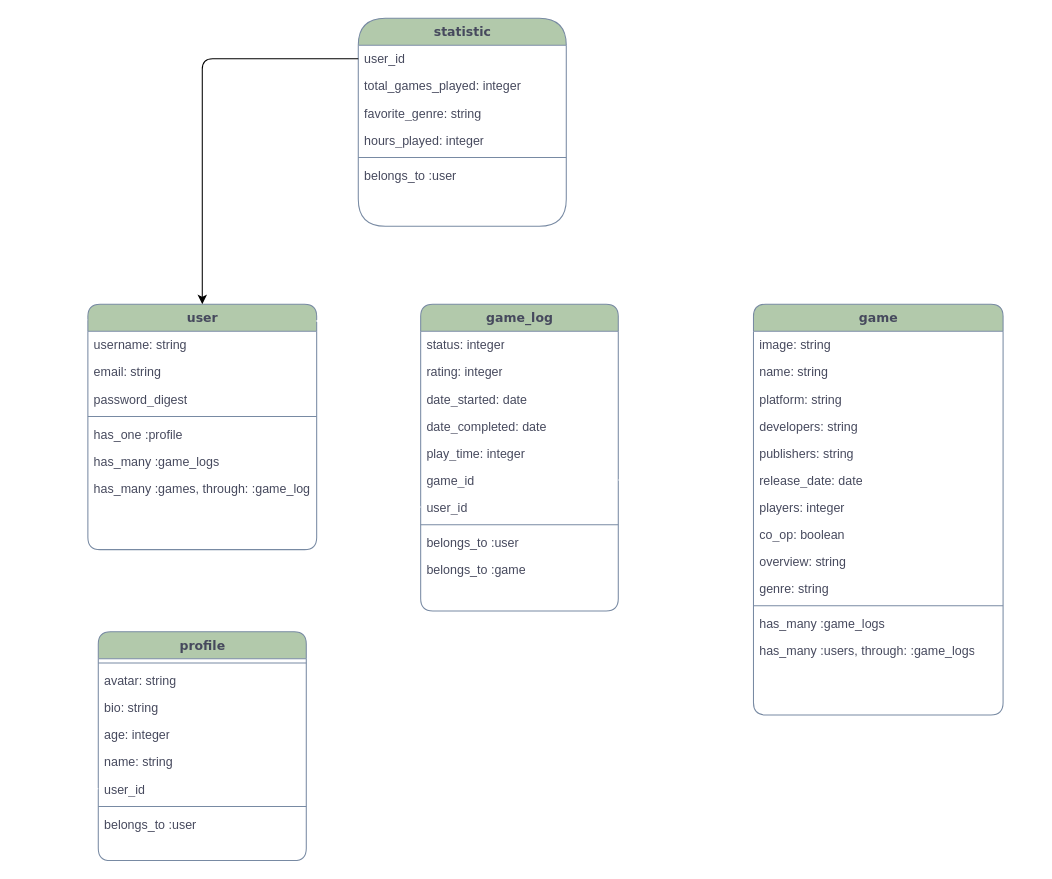
Before: ERD_gameVault.drawio in Stelluuh/GameSaga, a draw.io diagram. Source tidied: cells renumbered, new cells numbered last; positions are measured from the earlier drawing's top-left corner, leaving out a move shared by most shapes. Both pictures are drawn from the tidied source at 104%, with x=0, y=0 at pixel (25, 18).
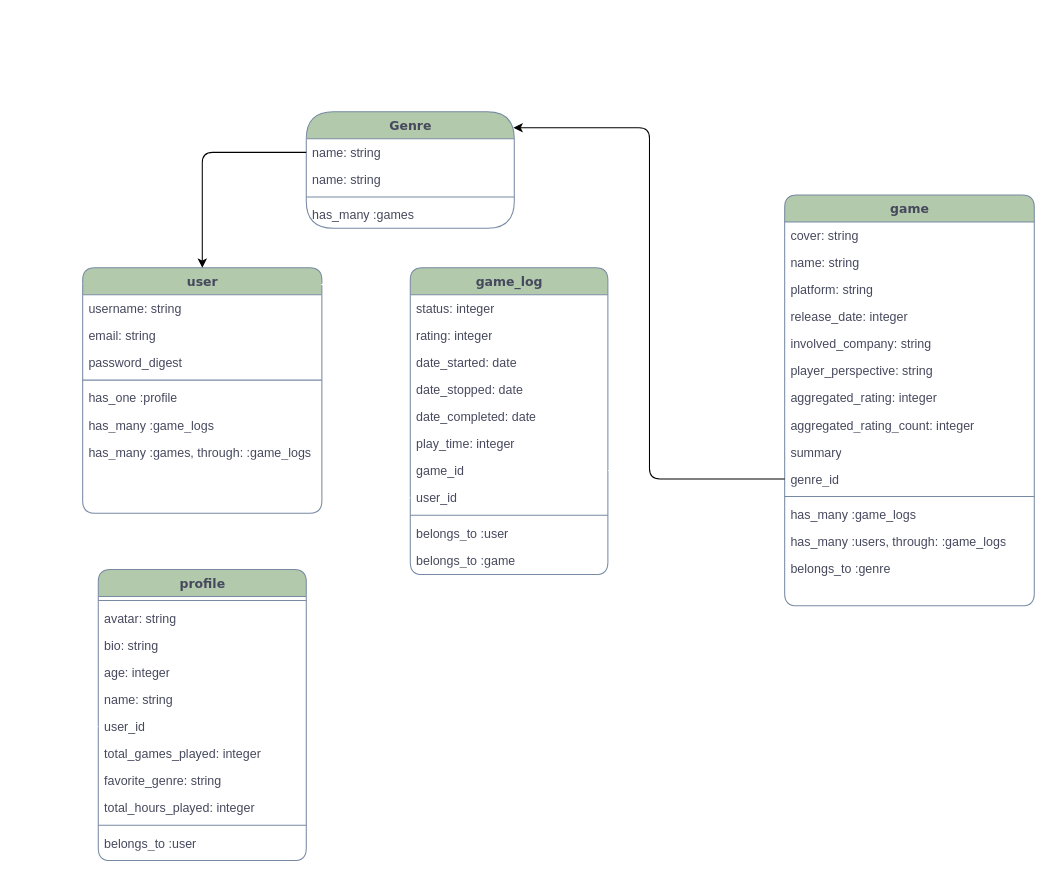
After the change.

Change to the diagram source:
```diff
@@
     <mxCell id="2" value="user" style="swimlane;html=1;fontStyle=1;align=center;verticalAlign=top;horizontal=1;startSize=26;swimlaneFillColor=#ffffff;rounded=1;shadow=0;comic=0;labelBackgroundColor=none;strokeWidth=1;fillColor=#B2C9AB;fontFamily=Verdana;fontSize=12;strokeColor=#788AA3;fontColor=#46495D;" parent="1" vertex="1">
-      <mxGeometry x="60" y="275" width="220" height="236" as="geometry" />
+      <mxGeometry x="55" y="240" width="230" height="236" as="geometry" />
     </mxCell>
     <mxCell id="3" value="username: string" style="text;html=1;strokeColor=none;fillColor=none;align=left;verticalAlign=top;spacingLeft=4;spacingRight=4;whiteSpace=wrap;overflow=hidden;fontColor=#46495D;rounded=1;labelBackgroundColor=none;" parent="2" vertex="1">
-      <mxGeometry y="26" width="220" height="26" as="geometry" />
+      <mxGeometry y="26" width="230" height="26" as="geometry" />
     </mxCell>
     <mxCell id="4" value="email: string" style="text;html=1;strokeColor=none;fillColor=none;align=left;verticalAlign=top;spacingLeft=4;spacingRight=4;whiteSpace=wrap;overflow=hidden;fontColor=#46495D;rounded=1;labelBackgroundColor=none;" parent="2" vertex="1">
-      <mxGeometry y="52" width="220" height="26" as="geometry" />
+      <mxGeometry y="52" width="230" height="26" as="geometry" />
     </mxCell>
     <mxCell id="5" value="password_digest" style="text;html=1;strokeColor=none;fillColor=none;align=left;verticalAlign=top;spacingLeft=4;spacingRight=4;whiteSpace=wrap;overflow=hidden;fontColor=#46495D;rounded=1;labelBackgroundColor=none;" parent="2" vertex="1">
-      <mxGeometry y="78" width="220" height="26" as="geometry" />
+      <mxGeometry y="78" width="230" height="26" as="geometry" />
     </mxCell>
     <mxCell id="6" style="line;html=1;strokeWidth=1;fillColor=none;align=left;verticalAlign=middle;spacingTop=-1;spacingLeft=3;spacingRight=3;labelPosition=right;fontColor=#46495D;rounded=1;labelBackgroundColor=none;strokeColor=#788AA3;" parent="2" vertex="1">
-      <mxGeometry y="104" width="220" height="8" as="geometry" />
+      <mxGeometry y="104" width="230" height="8" as="geometry" />
     </mxCell>
     <mxCell id="7" value="has_one :profile" style="text;html=1;strokeColor=none;fillColor=none;align=left;verticalAlign=top;spacingLeft=4;spacingRight=4;whiteSpace=wrap;overflow=hidden;fontColor=#46495D;rounded=1;labelBackgroundColor=none;" parent="2" vertex="1">
-      <mxGeometry y="112" width="220" height="26" as="geometry" />
+      <mxGeometry y="112" width="230" height="26" as="geometry" />
     </mxCell>
     <mxCell id="8" value="has_many :game_logs" style="text;html=1;strokeColor=none;fillColor=none;align=left;verticalAlign=top;spacingLeft=4;spacingRight=4;whiteSpace=wrap;overflow=hidden;fontColor=#46495D;rounded=1;labelBackgroundColor=none;" parent="2" vertex="1">
-      <mxGeometry y="138" width="220" height="26" as="geometry" />
+      <mxGeometry y="138" width="230" height="26" as="geometry" />
     </mxCell>
-    <mxCell id="9" value="has_many :games, through: :game_log" style="text;html=1;strokeColor=none;fillColor=none;align=left;verticalAlign=top;spacingLeft=4;spacingRight=4;whiteSpace=wrap;overflow=hidden;fontColor=#46495D;rounded=1;labelBackgroundColor=none;" parent="2" vertex="1">
-      <mxGeometry y="164" width="220" height="26" as="geometry" />
+    <mxCell id="9" value="has_many :games, through: :game_logs" style="text;html=1;strokeColor=none;fillColor=none;align=left;verticalAlign=top;spacingLeft=4;spacingRight=4;whiteSpace=wrap;overflow=hidden;fontColor=#46495D;rounded=1;labelBackgroundColor=none;" parent="2" vertex="1">
+      <mxGeometry y="164" width="230" height="36" as="geometry" />
     </mxCell>
     <mxCell id="10" value="profile" style="swimlane;html=1;fontStyle=1;align=center;verticalAlign=top;horizontal=1;startSize=26;swimlaneFillColor=#ffffff;rounded=1;shadow=0;comic=0;labelBackgroundColor=none;strokeWidth=1;fillColor=#B2C9AB;fontFamily=Verdana;fontSize=12;strokeColor=#788AA3;fontColor=#46495D;" parent="1" vertex="1">
-      <mxGeometry x="70" y="590" width="200" height="220" as="geometry" />
+      <mxGeometry x="70" y="530" width="200" height="280" as="geometry" />
     </mxCell>
@@
+    <mxCell id="49" value="total_games_played: integer" style="text;html=1;strokeColor=none;fillColor=none;align=left;verticalAlign=top;spacingLeft=4;spacingRight=4;whiteSpace=wrap;overflow=hidden;fontColor=#46495D;rounded=1;labelBackgroundColor=none;" parent="10" vertex="1">
+      <mxGeometry y="164" width="200" height="26" as="geometry" />
+    </mxCell>
+    <mxCell id="50" value="favorite_genre: string" style="text;html=1;strokeColor=none;fillColor=none;align=left;verticalAlign=top;spacingLeft=4;spacingRight=4;whiteSpace=wrap;overflow=hidden;fontColor=#46495D;rounded=1;labelBackgroundColor=none;" parent="10" vertex="1">
+      <mxGeometry y="190" width="200" height="26" as="geometry" />
+    </mxCell>
+    <mxCell id="55" value="total_hours_played: integer" style="text;html=1;strokeColor=none;fillColor=none;align=left;verticalAlign=top;spacingLeft=4;spacingRight=4;whiteSpace=wrap;overflow=hidden;fontColor=#46495D;rounded=1;labelBackgroundColor=none;" parent="10" vertex="1">
+      <mxGeometry y="216" width="200" height="26" as="geometry" />
+    </mxCell>
     <mxCell id="17" style="line;html=1;strokeWidth=1;fillColor=none;align=left;verticalAlign=middle;spacingTop=-1;spacingLeft=3;spacingRight=3;labelPosition=right;fontColor=#46495D;rounded=1;labelBackgroundColor=none;strokeColor=#788AA3;" parent="10" vertex="1">
-      <mxGeometry y="164" width="200" height="8" as="geometry" />
+      <mxGeometry y="242" width="200" height="8" as="geometry" />
     </mxCell>
     <mxCell id="18" value="belongs_to :user" style="text;html=1;strokeColor=none;fillColor=none;align=left;verticalAlign=top;spacingLeft=4;spacingRight=4;whiteSpace=wrap;overflow=hidden;fontColor=#46495D;rounded=1;labelBackgroundColor=none;" parent="10" vertex="1">
-      <mxGeometry y="172" width="200" height="26" as="geometry" />
+      <mxGeometry y="250" width="200" height="26" as="geometry" />
     </mxCell>
     <mxCell id="19" value="game" style="swimlane;html=1;fontStyle=1;align=center;verticalAlign=top;horizontal=1;startSize=26;swimlaneFillColor=#ffffff;rounded=1;shadow=0;comic=0;labelBackgroundColor=none;strokeWidth=1;fillColor=#B2C9AB;fontFamily=Verdana;fontSize=12;strokeColor=#788AA3;fontColor=#46495D;" parent="1" vertex="1">
-      <mxGeometry x="700" y="275" width="240" height="395" as="geometry" />
+      <mxGeometry x="730" y="170" width="240" height="395" as="geometry" />
     </mxCell>
-    <mxCell id="20" value="image: string" style="text;html=1;strokeColor=none;fillColor=none;align=left;verticalAlign=top;spacingLeft=4;spacingRight=4;whiteSpace=wrap;overflow=hidden;fontColor=#46495D;rounded=1;labelBackgroundColor=none;" parent="19" vertex="1">
+    <mxCell id="20" value="cover: string&lt;br&gt;" style="text;html=1;strokeColor=none;fillColor=none;align=left;verticalAlign=top;spacingLeft=4;spacingRight=4;whiteSpace=wrap;overflow=hidden;fontColor=#46495D;rounded=1;labelBackgroundColor=none;" parent="19" vertex="1">
       <mxGeometry y="26" width="240" height="26" as="geometry" />
     </mxCell>
@@
-    <mxCell id="23" value="developers: string" style="text;html=1;strokeColor=none;fillColor=none;align=left;verticalAlign=top;spacingLeft=4;spacingRight=4;whiteSpace=wrap;overflow=hidden;fontColor=#46495D;rounded=1;labelBackgroundColor=none;" parent="19" vertex="1">
+    <mxCell id="23" value="release_date: integer" style="text;html=1;strokeColor=none;fillColor=none;align=left;verticalAlign=top;spacingLeft=4;spacingRight=4;whiteSpace=wrap;overflow=hidden;fontColor=#46495D;rounded=1;labelBackgroundColor=none;" parent="19" vertex="1">
       <mxGeometry y="104" width="240" height="26" as="geometry" />
     </mxCell>
-    <mxCell id="24" value="publishers: string" style="text;html=1;strokeColor=none;fillColor=none;align=left;verticalAlign=top;spacingLeft=4;spacingRight=4;whiteSpace=wrap;overflow=hidden;fontColor=#46495D;rounded=1;labelBackgroundColor=none;" parent="19" vertex="1">
+    <mxCell id="24" value="involved_company: string" style="text;html=1;strokeColor=none;fillColor=none;align=left;verticalAlign=top;spacingLeft=4;spacingRight=4;whiteSpace=wrap;overflow=hidden;fontColor=#46495D;rounded=1;labelBackgroundColor=none;" parent="19" vertex="1">
       <mxGeometry y="130" width="240" height="26" as="geometry" />
     </mxCell>
-    <mxCell id="25" value="release_date: date" style="text;html=1;strokeColor=none;fillColor=none;align=left;verticalAlign=top;spacingLeft=4;spacingRight=4;whiteSpace=wrap;overflow=hidden;fontColor=#46495D;rounded=1;labelBackgroundColor=none;" parent="19" vertex="1">
+    <mxCell id="25" value="player_perspective: string" style="text;html=1;strokeColor=none;fillColor=none;align=left;verticalAlign=top;spacingLeft=4;spacingRight=4;whiteSpace=wrap;overflow=hidden;fontColor=#46495D;rounded=1;labelBackgroundColor=none;" parent="19" vertex="1">
       <mxGeometry y="156" width="240" height="26" as="geometry" />
     </mxCell>
-    <mxCell id="26" value="players: integer" style="text;html=1;strokeColor=none;fillColor=none;align=left;verticalAlign=top;spacingLeft=4;spacingRight=4;whiteSpace=wrap;overflow=hidden;fontColor=#46495D;rounded=1;labelBackgroundColor=none;" parent="19" vertex="1">
+    <mxCell id="26" value="aggregated_rating: integer" style="text;html=1;strokeColor=none;fillColor=none;align=left;verticalAlign=top;spacingLeft=4;spacingRight=4;whiteSpace=wrap;overflow=hidden;fontColor=#46495D;rounded=1;labelBackgroundColor=none;" parent="19" vertex="1">
       <mxGeometry y="182" width="240" height="26" as="geometry" />
     </mxCell>
-    <mxCell id="27" value="co_op: boolean" style="text;html=1;strokeColor=none;fillColor=none;align=left;verticalAlign=top;spacingLeft=4;spacingRight=4;whiteSpace=wrap;overflow=hidden;fontColor=#46495D;rounded=1;labelBackgroundColor=none;" parent="19" vertex="1">
+    <mxCell id="27" value="aggregated_rating_count: integer" style="text;html=1;strokeColor=none;fillColor=none;align=left;verticalAlign=top;spacingLeft=4;spacingRight=4;whiteSpace=wrap;overflow=hidden;fontColor=#46495D;rounded=1;labelBackgroundColor=none;" parent="19" vertex="1">
       <mxGeometry y="208" width="240" height="26" as="geometry" />
     </mxCell>
-    <mxCell id="28" value="overview: string" style="text;html=1;strokeColor=none;fillColor=none;align=left;verticalAlign=top;spacingLeft=4;spacingRight=4;whiteSpace=wrap;overflow=hidden;fontColor=#46495D;rounded=1;labelBackgroundColor=none;" parent="19" vertex="1">
+    <mxCell id="28" value="summary" style="text;html=1;strokeColor=none;fillColor=none;align=left;verticalAlign=top;spacingLeft=4;spacingRight=4;whiteSpace=wrap;overflow=hidden;fontColor=#46495D;rounded=1;labelBackgroundColor=none;" parent="19" vertex="1">
       <mxGeometry y="234" width="240" height="26" as="geometry" />
     </mxCell>
-    <mxCell id="29" value="genre: string" style="text;html=1;strokeColor=none;fillColor=none;align=left;verticalAlign=top;spacingLeft=4;spacingRight=4;whiteSpace=wrap;overflow=hidden;points=[[0,0.5],[1,0.5]];portConstraint=eastwest;fontColor=#46495D;rounded=1;labelBackgroundColor=none;" parent="19" vertex="1">
+    <mxCell id="29" value="genre_id" style="text;html=1;strokeColor=none;fillColor=none;align=left;verticalAlign=top;spacingLeft=4;spacingRight=4;whiteSpace=wrap;overflow=hidden;points=[[0,0.5],[1,0.5]];portConstraint=eastwest;fontColor=#46495D;rounded=1;labelBackgroundColor=none;" parent="19" vertex="1">
       <mxGeometry y="260" width="240" height="26" as="geometry" />
     </mxCell>
@@
+    <mxCell id="56" value="belongs_to :genre" style="text;html=1;strokeColor=none;fillColor=none;align=left;verticalAlign=top;spacingLeft=4;spacingRight=4;whiteSpace=wrap;overflow=hidden;fontColor=#46495D;rounded=1;labelBackgroundColor=none;" parent="19" vertex="1">
+      <mxGeometry y="346" width="240" height="26" as="geometry" />
+    </mxCell>
     <mxCell id="33" value="game_log" style="swimlane;html=1;fontStyle=1;align=center;verticalAlign=top;horizontal=1;startSize=26;swimlaneFillColor=#ffffff;rounded=1;shadow=0;comic=0;labelBackgroundColor=none;strokeWidth=1;fillColor=#B2C9AB;fontFamily=Verdana;fontSize=12;strokeColor=#788AA3;fontColor=#46495D;" parent="1" vertex="1">
-      <mxGeometry x="380" y="275" width="190" height="295" as="geometry" />
+      <mxGeometry x="370" y="240" width="190" height="295" as="geometry" />
     </mxCell>
@@
+    <mxCell id="57" value="date_stopped: date" style="text;html=1;strokeColor=none;fillColor=none;align=left;verticalAlign=top;spacingLeft=4;spacingRight=4;whiteSpace=wrap;overflow=hidden;fontColor=#46495D;rounded=1;labelBackgroundColor=none;" parent="33" vertex="1">
+      <mxGeometry y="104" width="190" height="26" as="geometry" />
+    </mxCell>
     <mxCell id="37" value="date_completed: date" style="text;html=1;strokeColor=none;fillColor=none;align=left;verticalAlign=top;spacingLeft=4;spacingRight=4;whiteSpace=wrap;overflow=hidden;fontColor=#46495D;rounded=1;labelBackgroundColor=none;" parent="33" vertex="1">
-      <mxGeometry y="104" width="190" height="26" as="geometry" />
+      <mxGeometry y="130" width="190" height="26" as="geometry" />
     </mxCell>
     <mxCell id="38" value="play_time: integer" style="text;html=1;strokeColor=none;fillColor=none;align=left;verticalAlign=top;spacingLeft=4;spacingRight=4;whiteSpace=wrap;overflow=hidden;fontColor=#46495D;rounded=1;labelBackgroundColor=none;" parent="33" vertex="1">
-      <mxGeometry y="130" width="190" height="26" as="geometry" />
+      <mxGeometry y="156" width="190" height="26" as="geometry" />
     </mxCell>
     <mxCell id="39" value="game_id" style="text;html=1;strokeColor=none;fillColor=none;align=left;verticalAlign=top;spacingLeft=4;spacingRight=4;whiteSpace=wrap;overflow=hidden;points=[[0,0.5],[1,0.5]];portConstraint=eastwest;fontColor=#46495D;rounded=1;labelBackgroundColor=none;" parent="33" vertex="1">
-      <mxGeometry y="156" width="190" height="26" as="geometry" />
+      <mxGeometry y="182" width="190" height="26" as="geometry" />
     </mxCell>
     <mxCell id="40" value="user_id" style="text;html=1;strokeColor=none;fillColor=none;align=left;verticalAlign=top;spacingLeft=4;spacingRight=4;whiteSpace=wrap;overflow=hidden;points=[[0,0.5],[1,0.5]];portConstraint=eastwest;fontColor=#46495D;rounded=1;labelBackgroundColor=none;" parent="33" vertex="1">
-      <mxGeometry y="182" width="190" height="26" as="geometry" />
+      <mxGeometry y="208" width="190" height="26" as="geometry" />
     </mxCell>
     <mxCell id="41" style="line;html=1;strokeWidth=1;fillColor=none;align=left;verticalAlign=middle;spacingTop=-1;spacingLeft=3;spacingRight=3;labelPosition=right;fontColor=#46495D;rounded=1;labelBackgroundColor=none;strokeColor=#788AA3;" parent="33" vertex="1">
-      <mxGeometry y="208" width="190" height="8" as="geometry" />
+      <mxGeometry y="234" width="190" height="8" as="geometry" />
     </mxCell>
     <mxCell id="42" value="belongs_to :user" style="text;html=1;strokeColor=none;fillColor=none;align=left;verticalAlign=top;spacingLeft=4;spacingRight=4;whiteSpace=wrap;overflow=hidden;fontColor=#46495D;rounded=1;labelBackgroundColor=none;" parent="33" vertex="1">
-      <mxGeometry y="216" width="190" height="26" as="geometry" />
+      <mxGeometry y="242" width="190" height="26" as="geometry" />
     </mxCell>
     <mxCell id="43" value="belongs_to :game" style="text;html=1;strokeColor=none;fillColor=none;align=left;verticalAlign=top;spacingLeft=4;spacingRight=4;whiteSpace=wrap;overflow=hidden;fontColor=#46495D;rounded=1;labelBackgroundColor=none;" parent="33" vertex="1">
-      <mxGeometry y="242" width="190" height="26" as="geometry" />
+      <mxGeometry y="268" width="190" height="26" as="geometry" />
     </mxCell>
@@
-    <mxCell id="47" value="statistic" style="swimlane;html=1;fontStyle=1;align=center;verticalAlign=top;horizontal=1;startSize=26;swimlaneFillColor=#ffffff;rounded=1;shadow=0;comic=0;labelBackgroundColor=none;strokeWidth=1;fillColor=#B2C9AB;fontFamily=Verdana;fontSize=12;strokeColor=#788AA3;fontColor=#46495D;arcSize=50;" parent="1" vertex="1">
-      <mxGeometry x="320" width="200" height="200" as="geometry" />
+    <mxCell id="47" value="Genre" style="swimlane;html=1;fontStyle=1;align=center;verticalAlign=top;horizontal=1;startSize=26;swimlaneFillColor=#ffffff;rounded=1;shadow=0;comic=0;labelBackgroundColor=none;strokeWidth=1;fillColor=#B2C9AB;fontFamily=Verdana;fontSize=12;strokeColor=#788AA3;fontColor=#46495D;arcSize=50;" parent="1" vertex="1">
+      <mxGeometry x="270" y="90" width="200" height="112" as="geometry" />
     </mxCell>
-    <mxCell id="48" value="user_id" style="text;html=1;strokeColor=none;fillColor=none;align=left;verticalAlign=top;spacingLeft=4;spacingRight=4;whiteSpace=wrap;overflow=hidden;points=[[0,0.5],[1,0.5]];portConstraint=eastwest;fontColor=#46495D;rounded=1;labelBackgroundColor=none;" parent="47" vertex="1">
+    <mxCell id="48" value="name: string" style="text;html=1;strokeColor=none;fillColor=none;align=left;verticalAlign=top;spacingLeft=4;spacingRight=4;whiteSpace=wrap;overflow=hidden;points=[[0,0.5],[1,0.5]];portConstraint=eastwest;fontColor=#46495D;rounded=1;labelBackgroundColor=none;" parent="47" vertex="1">
       <mxGeometry y="26" width="200" height="26" as="geometry" />
     </mxCell>
-    <mxCell id="49" value="total_games_played: integer" style="text;html=1;strokeColor=none;fillColor=none;align=left;verticalAlign=top;spacingLeft=4;spacingRight=4;whiteSpace=wrap;overflow=hidden;fontColor=#46495D;rounded=1;labelBackgroundColor=none;" parent="47" vertex="1">
-      <mxGeometry y="52" width="200" height="26" as="geometry" />
-    </mxCell>
-    <mxCell id="50" value="favorite_genre: string" style="text;html=1;strokeColor=none;fillColor=none;align=left;verticalAlign=top;spacingLeft=4;spacingRight=4;whiteSpace=wrap;overflow=hidden;fontColor=#46495D;rounded=1;labelBackgroundColor=none;" parent="47" vertex="1">
-      <mxGeometry y="78" width="200" height="26" as="geometry" />
-    </mxCell>
-    <mxCell id="51" value="hours_played: integer" style="text;html=1;strokeColor=none;fillColor=none;align=left;verticalAlign=top;spacingLeft=4;spacingRight=4;whiteSpace=wrap;overflow=hidden;fontColor=#46495D;rounded=1;labelBackgroundColor=none;" parent="47" vertex="1">
-      <mxGeometry y="104" width="200" height="26" as="geometry" />
-    </mxCell>
+    <mxCell id="58" value="name: string" style="text;html=1;strokeColor=none;fillColor=none;align=left;verticalAlign=top;spacingLeft=4;spacingRight=4;whiteSpace=wrap;overflow=hidden;fontColor=#46495D;rounded=1;labelBackgroundColor=none;" parent="47" vertex="1">
+      <mxGeometry y="52" width="200" height="26" as="geometry" />
+    </mxCell>
     <mxCell id="52" style="line;html=1;strokeWidth=1;fillColor=none;align=left;verticalAlign=middle;spacingTop=-1;spacingLeft=3;spacingRight=3;labelPosition=right;fontColor=#46495D;rounded=1;labelBackgroundColor=none;strokeColor=#788AA3;" parent="47" vertex="1">
-      <mxGeometry y="130" width="200" height="8" as="geometry" />
+      <mxGeometry y="78" width="200" height="8" as="geometry" />
     </mxCell>
-    <mxCell id="53" value="belongs_to :user" style="text;html=1;strokeColor=none;fillColor=none;align=left;verticalAlign=top;spacingLeft=4;spacingRight=4;whiteSpace=wrap;overflow=hidden;fontColor=#46495D;rounded=1;labelBackgroundColor=none;" parent="47" vertex="1">
-      <mxGeometry y="138" width="200" height="26" as="geometry" />
+    <mxCell id="53" value="has_many :games" style="text;html=1;strokeColor=none;fillColor=none;align=left;verticalAlign=top;spacingLeft=4;spacingRight=4;whiteSpace=wrap;overflow=hidden;fontColor=#46495D;rounded=1;labelBackgroundColor=none;" parent="47" vertex="1">
+      <mxGeometry y="86" width="200" height="26" as="geometry" />
     </mxCell>
@@
+    <mxCell id="59" style="edgeStyle=elbowEdgeStyle;html=1;exitX=0;exitY=0.5;exitDx=0;exitDy=0;entryX=0.996;entryY=0.137;entryDx=0;entryDy=0;entryPerimeter=0;" parent="1" edge="1" source="29" target="47">
+      <mxGeometry relative="1" as="geometry" />
+    </mxCell>
```
